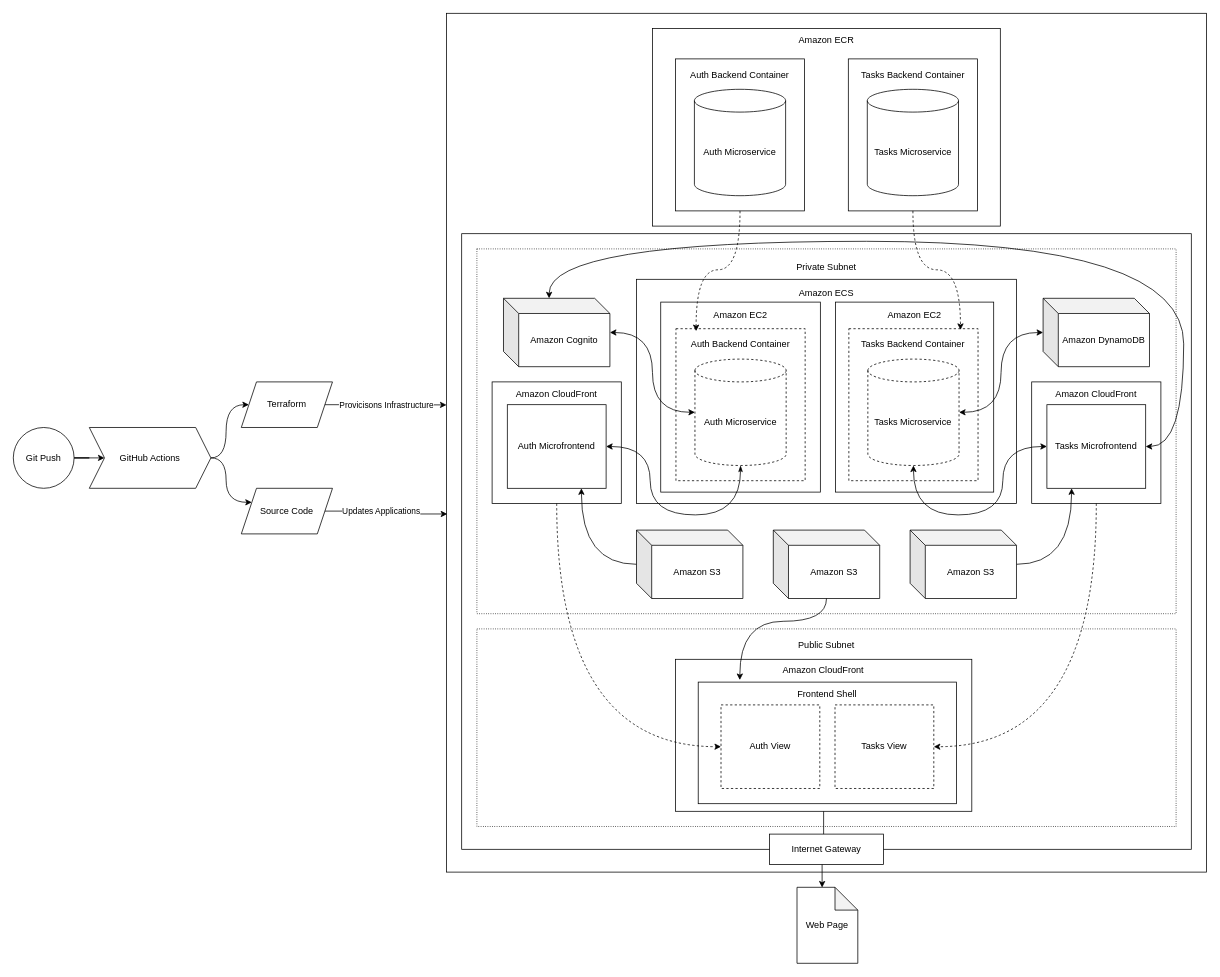
Before: maps.drawio in wlnzed/mytasks, a draw.io diagram. Source tidied: cells renumbered, new cells numbered last; positions are measured from the earlier drawing's top-left corner, leaving out a move shared by most shapes. Both pictures are drawn from the tidied source at 76%, with x=0, y=0 at pixel (13, 13).
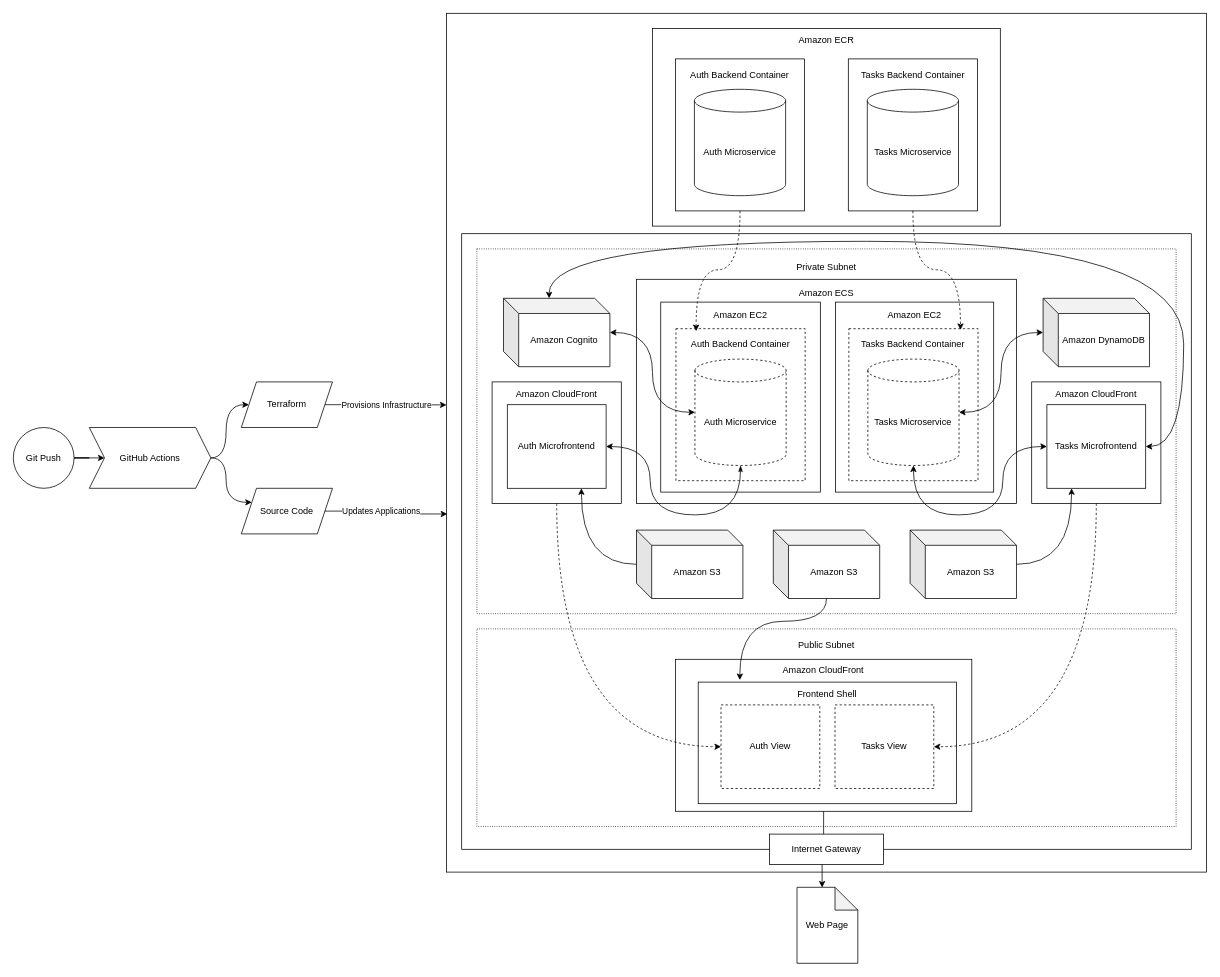
The same diagram, later.

Commit message:
fix typo in maps

The change refers to these unchanged cells:
```xml
<mxCell id="33" style="edgeStyle=orthogonalEdgeStyle;rounded=0;jettySize=auto;html=1;entryX=0;entryY=0.456;entryDx=0;entryDy=0;entryPerimeter=0;" parent="1" edge="1" source="31" target="2">
  <mxGeometry relative="1" as="geometry" />
</mxCell>
```

The edit, as a diff of the source:
```diff
@@
-    <mxCell id="34" value="Provicisons Infrastructure" style="edgeLabel;html=1;align=center;verticalAlign=middle;" parent="33" vertex="1">
+    <mxCell id="34" value="Provisions Infrastructure" style="edgeLabel;html=1;align=center;verticalAlign=middle;" parent="33" vertex="1">
       <mxGeometry x="0.01" y="4" relative="1" as="geometry">
         <mxPoint x="-1" y="4" as="offset" />
       </mxGeometry>
     </mxCell>
```
